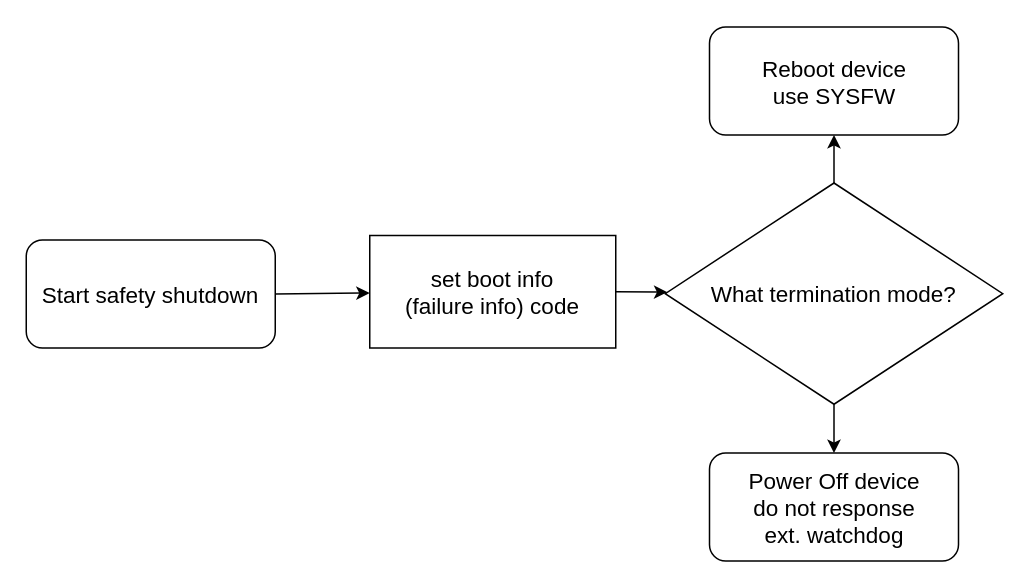
The draw.io diagram schematic/05-sw-flow-safety-shouldown.drawio in petrkucerak/diplom-thesis, before the edit. Source tidied: cells renumbered, new cells numbered last; positions are measured from the earlier drawing's top-left corner, leaving out a move shared by most shapes. Both pictures are drawn from the tidied source at 150%, with x=0, y=0 at pixel (26, 27).
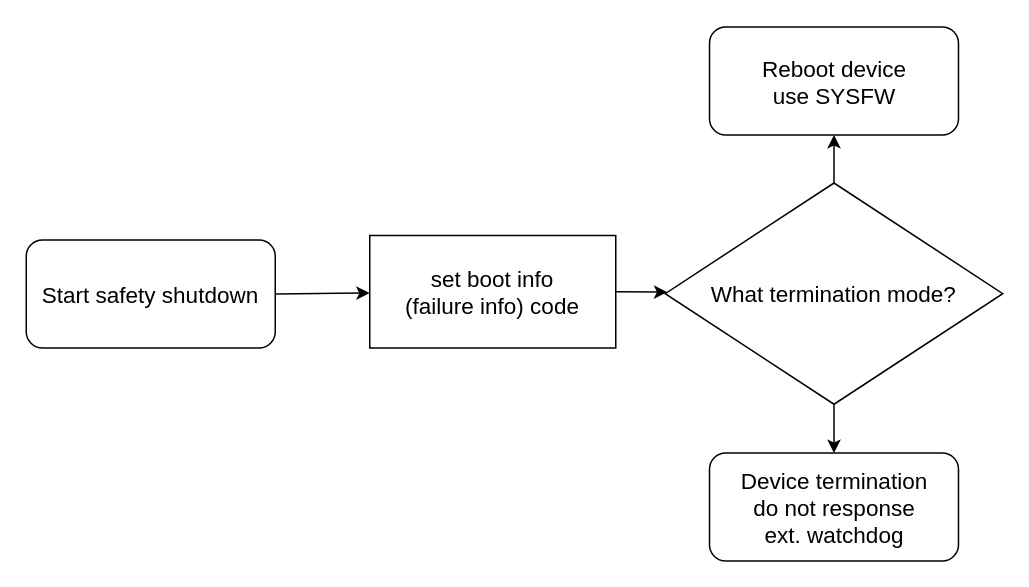
After the change.

Commit message (it also covers changes not shown here):
Create new status diagram

The edit, as a diff of the source:
```diff
@@
 <mxGraphModel>
   <root>
     <mxCell id="0" />
     <mxCell id="1" parent="0" />
     <mxCell id="2" style="edgeStyle=none;html=1;exitX=1;exitY=0.5;exitDx=0;exitDy=0;fontSize=15;" parent="1" edge="1" source="3" target="5">
       <mxGeometry relative="1" as="geometry" />
     </mxCell>
     <mxCell id="3" value="Start safety shutdown" style="rounded=1;whiteSpace=wrap;html=1;fontSize=15;" parent="1" vertex="1">
       <mxGeometry y="141.5" width="166" height="72" as="geometry" />
     </mxCell>
     <mxCell id="4" style="edgeStyle=none;html=1;exitX=1;exitY=0.5;exitDx=0;exitDy=0;fontSize=15;" parent="1" edge="1" source="5" target="10">
       <mxGeometry relative="1" as="geometry" />
     </mxCell>
     <mxCell id="5" value="set boot info&lt;br&gt;(failure info) code" style="rounded=0;whiteSpace=wrap;html=1;fontSize=15;" parent="1" vertex="1">
       <mxGeometry x="229" y="138.5" width="164" height="75" as="geometry" />
     </mxCell>
-    <mxCell id="6" value="Power Off device&lt;div&gt;do not response&lt;br&gt;ext. watchdog&lt;/div&gt;" style="rounded=1;whiteSpace=wrap;html=1;fontSize=15;" parent="1" vertex="1">
+    <mxCell id="6" value="Device termination&lt;div&gt;do not response&lt;br&gt;ext. watchdog&lt;/div&gt;" style="rounded=1;whiteSpace=wrap;html=1;fontSize=15;" parent="1" vertex="1">
       <mxGeometry x="455.5" y="283.5" width="166" height="72" as="geometry" />
     </mxCell>
     <mxCell id="7" value="Reboot device&lt;div&gt;use SYSFW&lt;/div&gt;" style="rounded=1;whiteSpace=wrap;html=1;fontSize=15;" parent="1" vertex="1">
       <mxGeometry x="455.5" y="-0.5" width="166" height="72" as="geometry" />
     </mxCell>
     <mxCell id="8" style="edgeStyle=none;html=1;exitX=0.5;exitY=1;exitDx=0;exitDy=0;fontSize=15;" parent="1" edge="1" source="10" target="6">
       <mxGeometry relative="1" as="geometry" />
     </mxCell>
     <mxCell id="9" style="edgeStyle=none;html=1;exitX=0.5;exitY=0;exitDx=0;exitDy=0;fontSize=15;" parent="1" edge="1" source="10" target="7">
       <mxGeometry relative="1" as="geometry" />
     </mxCell>
     <mxCell id="10" value="&lt;font&gt;What termination mode?&lt;/font&gt;" style="rhombus;whiteSpace=wrap;html=1;fontSize=15;" parent="1" vertex="1">
       <mxGeometry x="426" y="103.5" width="225" height="147.5" as="geometry" />
     </mxCell>
   </root>
 </mxGraphModel>
```
